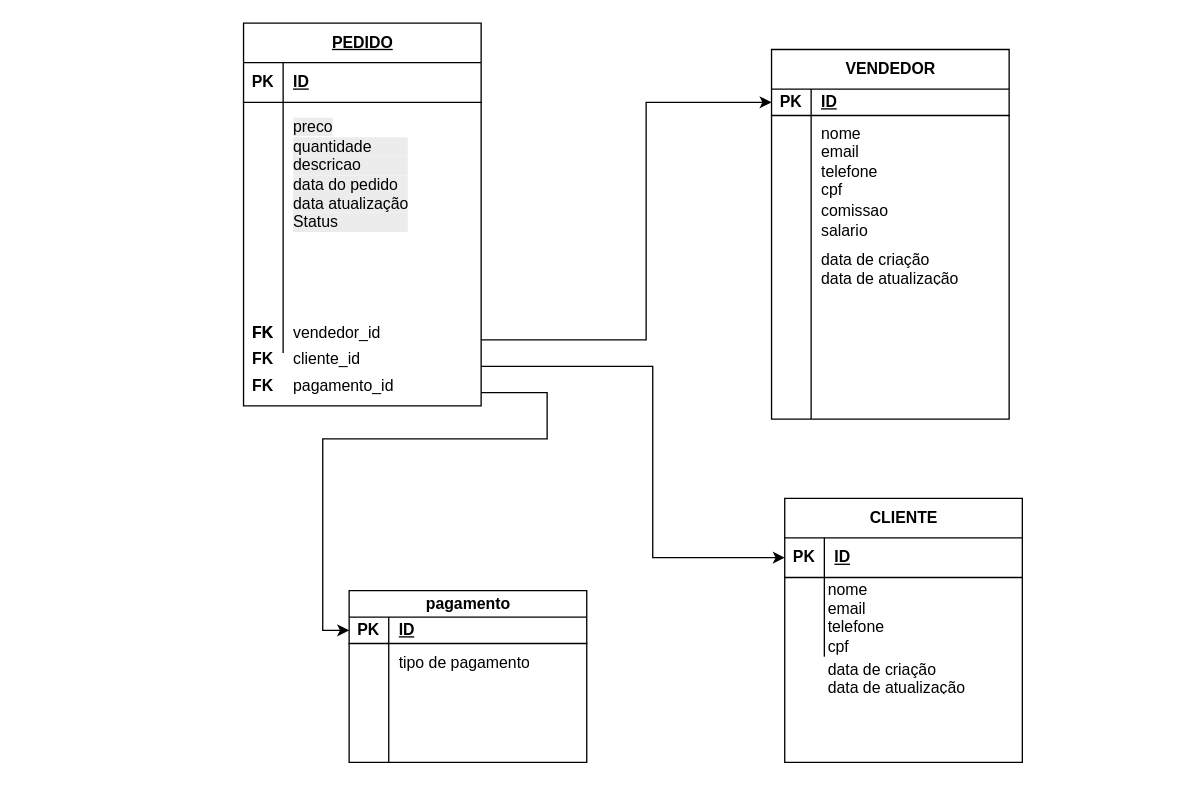
Before: docs/cadastroV2.drawio in nathaliaCandioto/api-vendas, a draw.io diagram. Source tidied: cells renumbered, new cells numbered last; positions are measured from the earlier drawing's top-left corner, leaving out a move shared by most shapes. Both pictures are drawn from the tidied source at 132%, with x=0, y=0 at pixel (243, 22).
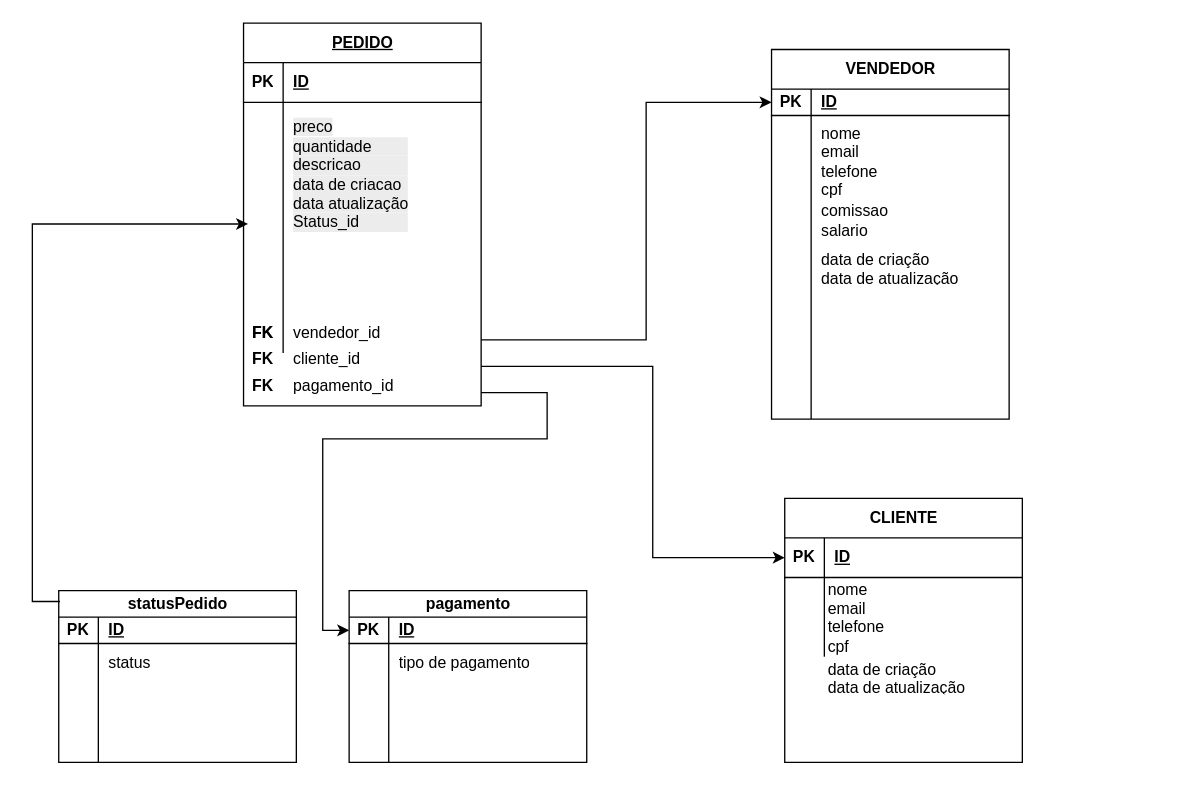
After the change.

Commit message:
atualizacao do modelo de entidades

The change refers to these unchanged cells:
```xml
<mxCell id="59" style="shape=tableRow;horizontal=0;startSize=0;swimlaneHead=0;swimlaneBody=0;fillColor=none;points=[[0,0.5],[1,0.5]];portConstraint=eastwest;top=0;left=0;right=0;bottom=0;" parent="55" vertex="1">
  <mxGeometry y="60" width="180" height="110" as="geometry" />
</mxCell>
```

Diff of the diagram source:
```diff
@@
-    <mxCell id="61" value="&lt;span style=&quot;color: rgb(0, 0, 0); font-family: Helvetica; font-size: 12px; font-style: normal; font-variant-ligatures: normal; font-variant-caps: normal; font-weight: 400; letter-spacing: normal; orphans: 2; text-align: left; text-indent: 0px; text-transform: none; widows: 2; word-spacing: 0px; -webkit-text-stroke-width: 0px; white-space: normal; background-color: rgb(236, 236, 236); text-decoration-thickness: initial; text-decoration-style: initial; text-decoration-color: initial; display: inline !important; float: none;&quot;&gt;preco&lt;/span&gt;&lt;div style=&quot;forced-color-adjust: none; color: rgb(0, 0, 0); font-family: Helvetica; font-size: 12px; font-style: normal; font-variant-ligatures: normal; font-variant-caps: normal; font-weight: 400; letter-spacing: normal; orphans: 2; text-align: left; text-indent: 0px; text-transform: none; widows: 2; word-spacing: 0px; -webkit-text-stroke-width: 0px; white-space: normal; background-color: rgb(236, 236, 236); text-decoration-thickness: initial; text-decoration-style: initial; text-decoration-color: initial;&quot;&gt;quantidade&lt;/div&gt;&lt;div style=&quot;forced-color-adjust: none; color: rgb(0, 0, 0); font-family: Helvetica; font-size: 12px; font-style: normal; font-variant-ligatures: normal; font-variant-caps: normal; font-weight: 400; letter-spacing: normal; orphans: 2; text-align: left; text-indent: 0px; text-transform: none; widows: 2; word-spacing: 0px; -webkit-text-stroke-width: 0px; white-space: normal; background-color: rgb(236, 236, 236); text-decoration-thickness: initial; text-decoration-style: initial; text-decoration-color: initial;&quot;&gt;descricao&lt;/div&gt;&lt;div style=&quot;forced-color-adjust: none; color: rgb(0, 0, 0); font-family: Helvetica; font-size: 12px; font-style: normal; font-variant-ligatures: normal; font-variant-caps: normal; font-weight: 400; letter-spacing: normal; orphans: 2; text-align: left; text-indent: 0px; text-transform: none; widows: 2; word-spacing: 0px; -webkit-text-stroke-width: 0px; white-space: normal; background-color: rgb(236, 236, 236); text-decoration-thickness: initial; text-decoration-style: initial; text-decoration-color: initial;&quot;&gt;data do pedido&lt;/div&gt;&lt;div style=&quot;forced-color-adjust: none; color: rgb(0, 0, 0); font-family: Helvetica; font-size: 12px; font-style: normal; font-variant-ligatures: normal; font-variant-caps: normal; font-weight: 400; letter-spacing: normal; orphans: 2; text-align: left; text-indent: 0px; text-transform: none; widows: 2; word-spacing: 0px; -webkit-text-stroke-width: 0px; white-space: normal; background-color: rgb(236, 236, 236); text-decoration-thickness: initial; text-decoration-style: initial; text-decoration-color: initial;&quot;&gt;data atualização&lt;/div&gt;&lt;div style=&quot;forced-color-adjust: none; color: rgb(0, 0, 0); font-family: Helvetica; font-size: 12px; font-style: normal; font-variant-ligatures: normal; font-variant-caps: normal; font-weight: 400; letter-spacing: normal; orphans: 2; text-align: left; text-indent: 0px; text-transform: none; widows: 2; word-spacing: 0px; -webkit-text-stroke-width: 0px; white-space: normal; background-color: rgb(236, 236, 236); text-decoration-thickness: initial; text-decoration-style: initial; text-decoration-color: initial;&quot;&gt;Status&lt;/div&gt;" style="shape=partialRectangle;fillColor=none;top=0;left=0;bottom=0;right=0;align=left;spacingLeft=6;overflow=hidden;whiteSpace=wrap;html=1;" parent="59" vertex="1">
+    <mxCell id="61" value="&lt;span style=&quot;color: rgb(0, 0, 0); font-family: Helvetica; font-size: 12px; font-style: normal; font-variant-ligatures: normal; font-variant-caps: normal; font-weight: 400; letter-spacing: normal; orphans: 2; text-align: left; text-indent: 0px; text-transform: none; widows: 2; word-spacing: 0px; -webkit-text-stroke-width: 0px; white-space: normal; background-color: rgb(236, 236, 236); text-decoration-thickness: initial; text-decoration-style: initial; text-decoration-color: initial; float: none; display: inline !important;&quot;&gt;preco&lt;/span&gt;&lt;div style=&quot;forced-color-adjust: none; color: rgb(0, 0, 0); font-family: Helvetica; font-size: 12px; font-style: normal; font-variant-ligatures: normal; font-variant-caps: normal; font-weight: 400; letter-spacing: normal; orphans: 2; text-align: left; text-indent: 0px; text-transform: none; widows: 2; word-spacing: 0px; -webkit-text-stroke-width: 0px; white-space: normal; background-color: rgb(236, 236, 236); text-decoration-thickness: initial; text-decoration-style: initial; text-decoration-color: initial;&quot;&gt;quantidade&lt;/div&gt;&lt;div style=&quot;forced-color-adjust: none; color: rgb(0, 0, 0); font-family: Helvetica; font-size: 12px; font-style: normal; font-variant-ligatures: normal; font-variant-caps: normal; font-weight: 400; letter-spacing: normal; orphans: 2; text-align: left; text-indent: 0px; text-transform: none; widows: 2; word-spacing: 0px; -webkit-text-stroke-width: 0px; white-space: normal; background-color: rgb(236, 236, 236); text-decoration-thickness: initial; text-decoration-style: initial; text-decoration-color: initial;&quot;&gt;descricao&lt;/div&gt;&lt;div style=&quot;forced-color-adjust: none; color: rgb(0, 0, 0); font-family: Helvetica; font-size: 12px; font-style: normal; font-variant-ligatures: normal; font-variant-caps: normal; font-weight: 400; letter-spacing: normal; orphans: 2; text-align: left; text-indent: 0px; text-transform: none; widows: 2; word-spacing: 0px; -webkit-text-stroke-width: 0px; white-space: normal; background-color: rgb(236, 236, 236); text-decoration-thickness: initial; text-decoration-style: initial; text-decoration-color: initial;&quot;&gt;data de criacao&lt;/div&gt;&lt;div style=&quot;forced-color-adjust: none; color: rgb(0, 0, 0); font-family: Helvetica; font-size: 12px; font-style: normal; font-variant-ligatures: normal; font-variant-caps: normal; font-weight: 400; letter-spacing: normal; orphans: 2; text-align: left; text-indent: 0px; text-transform: none; widows: 2; word-spacing: 0px; -webkit-text-stroke-width: 0px; white-space: normal; background-color: rgb(236, 236, 236); text-decoration-thickness: initial; text-decoration-style: initial; text-decoration-color: initial;&quot;&gt;data atualização&lt;/div&gt;&lt;div style=&quot;forced-color-adjust: none; color: rgb(0, 0, 0); font-family: Helvetica; font-size: 12px; font-style: normal; font-variant-ligatures: normal; font-variant-caps: normal; font-weight: 400; letter-spacing: normal; orphans: 2; text-align: left; text-indent: 0px; text-transform: none; widows: 2; word-spacing: 0px; -webkit-text-stroke-width: 0px; white-space: normal; background-color: rgb(236, 236, 236); text-decoration-thickness: initial; text-decoration-style: initial; text-decoration-color: initial;&quot;&gt;Status_id&lt;/div&gt;" style="shape=partialRectangle;fillColor=none;top=0;left=0;bottom=0;right=0;align=left;spacingLeft=6;overflow=hidden;whiteSpace=wrap;html=1;" parent="59" vertex="1">
       <mxGeometry x="30" width="150" height="110" as="geometry" />
     </mxCell>
@@
+    <mxCell id="84" value="statusPedido" style="shape=table;startSize=20;childLayout=tableLayout;rowLines=0;fontStyle=1;align=center;html=1;" parent="1" vertex="1">
+      <mxGeometry x="-140" y="430" width="180" height="130" as="geometry" />
+    </mxCell>
+    <mxCell id="85" style="shape=tableRow;horizontal=0;startSize=0;swimlaneHead=0;swimlaneBody=0;fillColor=none;top=0;left=0;right=0;bottom=1;" parent="84" vertex="1">
+      <mxGeometry y="20" width="180" height="20" as="geometry" />
+    </mxCell>
+    <mxCell id="86" value="PK" style="shape=partialRectangle;fillColor=none;top=0;left=0;bottom=0;right=0;fontStyle=1;overflow=hidden;whiteSpace=wrap;html=1;" parent="85" vertex="1">
+      <mxGeometry width="30" height="20" as="geometry" />
+    </mxCell>
+    <mxCell id="87" value="ID" style="shape=partialRectangle;fillColor=none;top=0;left=0;bottom=0;right=0;align=left;spacingLeft=6;fontStyle=5;overflow=hidden;whiteSpace=wrap;html=1;" parent="85" vertex="1">
+      <mxGeometry x="30" width="150" height="20" as="geometry" />
+    </mxCell>
+    <mxCell id="88" style="shape=tableRow;horizontal=0;startSize=0;swimlaneHead=0;swimlaneBody=0;fillColor=none;top=0;left=0;right=0;bottom=0;" parent="84" vertex="1">
+      <mxGeometry y="40" width="180" height="30" as="geometry" />
+    </mxCell>
+    <mxCell id="89" style="shape=partialRectangle;fillColor=none;top=0;left=0;bottom=0;right=0;overflow=hidden;whiteSpace=wrap;html=1;" parent="88" vertex="1">
+      <mxGeometry width="30" height="30" as="geometry" />
+    </mxCell>
+    <mxCell id="90" value="status" style="shape=partialRectangle;fillColor=none;top=0;left=0;bottom=0;right=0;align=left;spacingLeft=6;overflow=hidden;whiteSpace=wrap;html=1;" parent="88" vertex="1">
+      <mxGeometry x="30" width="150" height="30" as="geometry" />
+    </mxCell>
+    <mxCell id="91" style="shape=tableRow;horizontal=0;startSize=0;swimlaneHead=0;swimlaneBody=0;fillColor=none;top=0;left=0;right=0;bottom=0;" parent="84" vertex="1">
+      <mxGeometry y="70" width="180" height="30" as="geometry" />
+    </mxCell>
+    <mxCell id="92" style="shape=partialRectangle;fillColor=none;top=0;left=0;bottom=0;right=0;overflow=hidden;whiteSpace=wrap;html=1;" parent="91" vertex="1">
+      <mxGeometry width="30" height="30" as="geometry" />
+    </mxCell>
+    <mxCell id="93" style="shape=partialRectangle;fillColor=none;top=0;left=0;bottom=0;right=0;align=left;spacingLeft=6;overflow=hidden;whiteSpace=wrap;html=1;" parent="91" vertex="1">
+      <mxGeometry x="30" width="150" height="30" as="geometry" />
+    </mxCell>
+    <mxCell id="94" style="shape=tableRow;horizontal=0;startSize=0;swimlaneHead=0;swimlaneBody=0;fillColor=none;top=0;left=0;right=0;bottom=0;" parent="84" vertex="1">
+      <mxGeometry y="100" width="180" height="30" as="geometry" />
+    </mxCell>
+    <mxCell id="95" style="shape=partialRectangle;fillColor=none;top=0;left=0;bottom=0;right=0;overflow=hidden;whiteSpace=wrap;html=1;fontStyle=1;" parent="94" vertex="1">
+      <mxGeometry width="30" height="30" as="geometry" />
+    </mxCell>
+    <mxCell id="96" style="shape=partialRectangle;fillColor=none;top=0;left=0;bottom=0;right=0;align=left;spacingLeft=6;overflow=hidden;whiteSpace=wrap;html=1;" parent="94" vertex="1">
+      <mxGeometry x="30" width="150" height="30" as="geometry" />
+    </mxCell>
+    <mxCell id="97" style="edgeStyle=orthogonalEdgeStyle;rounded=0;jettySize=auto;html=1;entryX=0.019;entryY=0.838;entryDx=0;entryDy=0;entryPerimeter=0;exitX=0.005;exitY=0.063;exitDx=0;exitDy=0;exitPerimeter=0;" parent="1" edge="1" source="84" target="59">
+      <mxGeometry relative="1" as="geometry" />
+    </mxCell>
```
